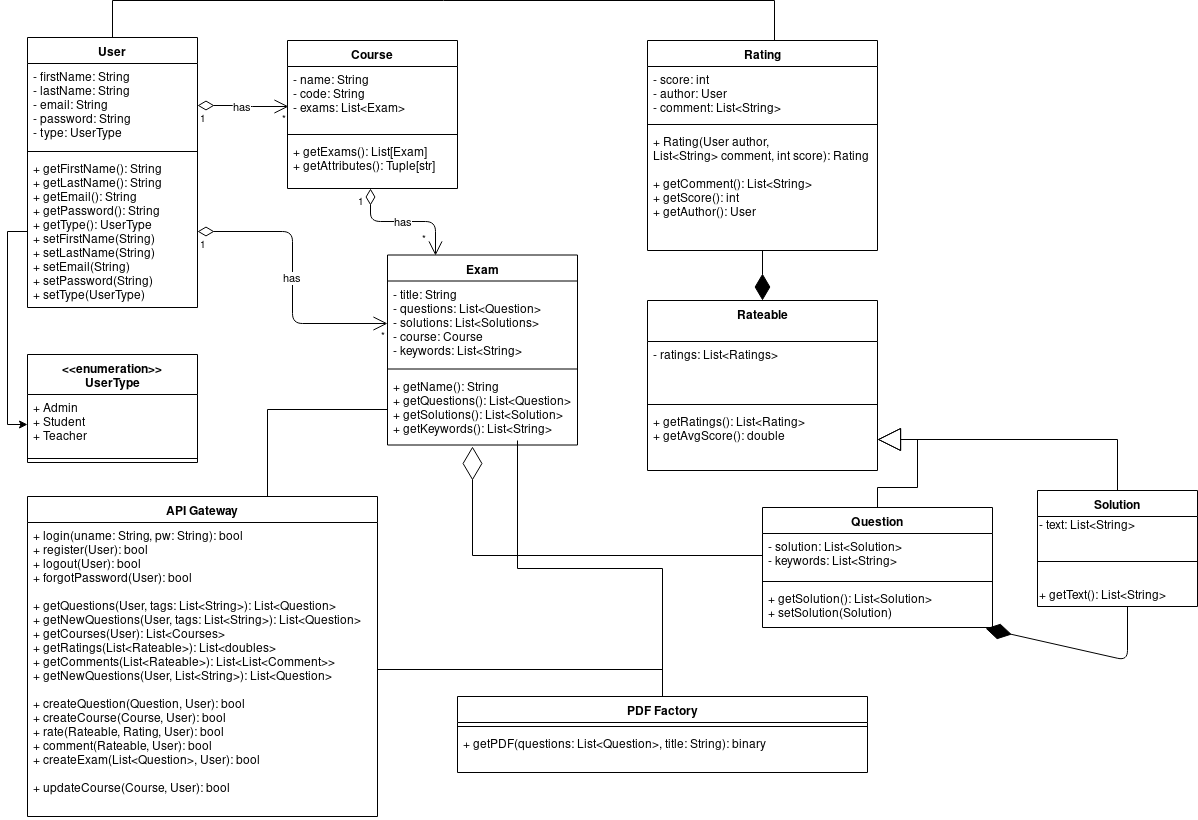
This is docs/diagrams/easy-exam-class-diagram.png from utec-cs2901-2019-2/easy-exam-grupo-iii, a draw.io export, as it was before one commit. Source tidied: cells renumbered, new cells last; positions are measured from the earlier drawing's top-left corner, leaving out a move shared by most shapes.
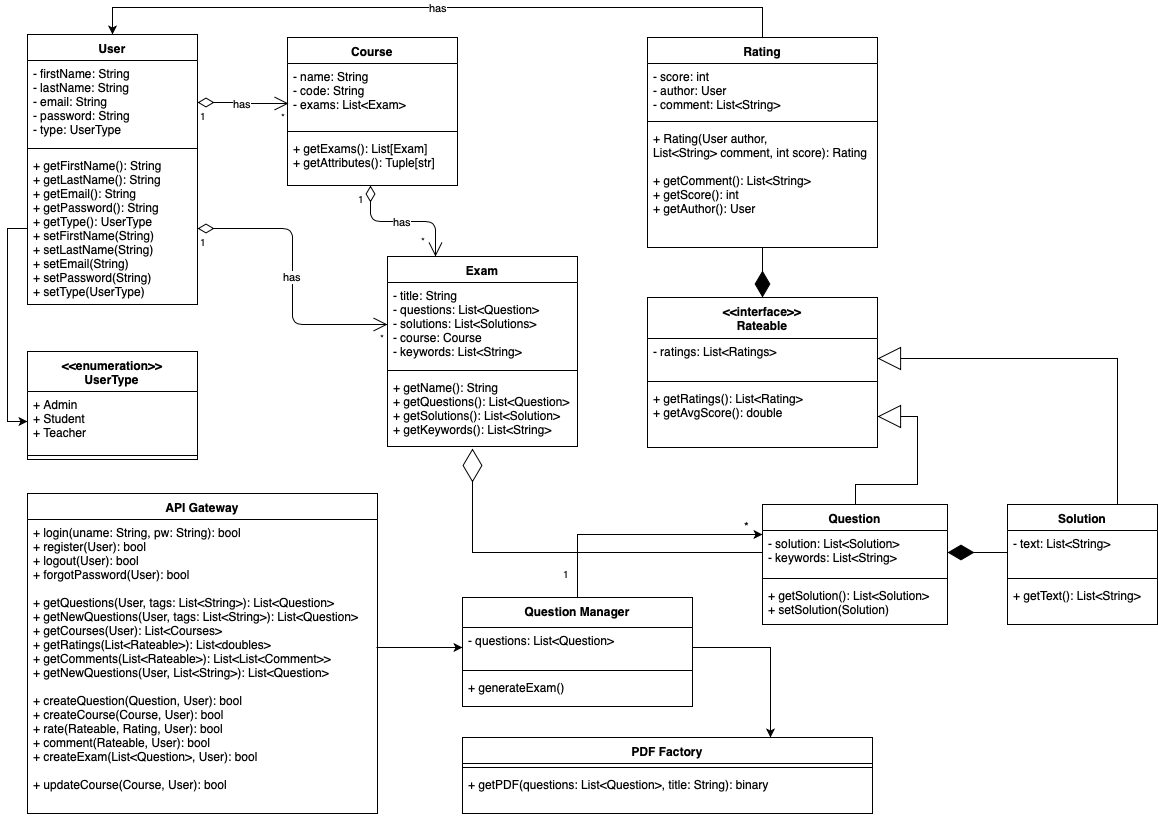
Above is the later version.

Commit message:
Added easy-exam-class-dkagram

Change to the diagram source:
```diff
@@ -15,7 +15,7 @@
       <mxGeometry y="98" width="170" height="50" as="geometry" />
     </mxCell>
     <mxCell id="6" value="Exam" style="swimlane;fontStyle=1;align=center;verticalAlign=top;horizontal=1;startSize=26;" parent="1" vertex="1">
-      <mxGeometry x="360" y="254.5" width="190" height="190" as="geometry" />
+      <mxGeometry x="360" y="259" width="190" height="190" as="geometry" />
     </mxCell>
     <mxCell id="7" value="- title: String&#10;- questions: List&lt;Question&gt;&#10;- solutions: List&lt;Solutions&gt;&#10;- course: Course&#10;- keywords: List&lt;String&gt;&#10;" style="text;strokeColor=none;fillColor=none;align=left;verticalAlign=top;spacingLeft=4;spacingRight=4;overflow=hidden;points=[[0,0.5],[1,0.5]];portConstraint=eastwest;" parent="6" vertex="1">
       <mxGeometry y="26" width="190" height="84" as="geometry" />
@@ -30,38 +30,23 @@
       <mxGeometry relative="1" as="geometry" />
     </mxCell>
     <mxCell id="11" value="Question" style="swimlane;fontStyle=1;align=center;verticalAlign=top;horizontal=1;startSize=26;" parent="1" vertex="1">
-      <mxGeometry x="735" y="507" width="230" height="120" as="geometry" />
+      <mxGeometry x="735" y="507" width="185" height="120" as="geometry" />
     </mxCell>
     <mxCell id="12" value="- solution: List&lt;Solution&gt;&#10;- keywords: List&lt;String&gt;" style="text;strokeColor=none;fillColor=none;align=left;verticalAlign=top;spacingLeft=4;spacingRight=4;overflow=hidden;points=[[0,0.5],[1,0.5]];portConstraint=eastwest;" parent="11" vertex="1">
-      <mxGeometry y="26" width="230" height="44" as="geometry" />
+      <mxGeometry y="26" width="185" height="44" as="geometry" />
     </mxCell>
     <mxCell id="13" style="line;strokeWidth=1;fillColor=none;align=left;verticalAlign=middle;spacingTop=-1;spacingLeft=3;spacingRight=3;labelPosition=right;" parent="11" vertex="1">
-      <mxGeometry y="70" width="230" height="8" as="geometry" />
+      <mxGeometry y="70" width="185" height="8" as="geometry" />
     </mxCell>
     <mxCell id="14" value="+ getSolution(): List&lt;Solution&gt;&#10;+ setSolution(Solution)" style="text;strokeColor=none;fillColor=none;align=left;verticalAlign=top;spacingLeft=4;spacingRight=4;overflow=hidden;points=[[0,0.5],[1,0.5]];portConstraint=eastwest;" parent="11" vertex="1">
-      <mxGeometry y="78" width="230" height="42" as="geometry" />
+      <mxGeometry y="78" width="185" height="42" as="geometry" />
     </mxCell>
-    <mxCell id="15" style="edgeStyle=orthogonalEdgeStyle;rounded=0;jettySize=auto;html=1;entryX=0;entryY=0.5;entryDx=0;entryDy=0;startSize=28;endArrow=none;endFill=0;endSize=21;strokeWidth=1;" parent="1" edge="1" source="16" target="9">
-      <mxGeometry relative="1" as="geometry">
-        <Array as="points">
-          <mxPoint x="240" y="409" />
-        </Array>
-      </mxGeometry>
-    </mxCell>
     <mxCell id="16" value="API Gateway" style="swimlane;fontStyle=1;align=center;verticalAlign=top;horizontal=1;startSize=26;" parent="1" vertex="1">
       <mxGeometry y="496" width="350" height="320" as="geometry" />
     </mxCell>
     <mxCell id="17" value="+ login(uname: String, pw: String): bool&#10;+ register(User): bool&#10;+ logout(User): bool&#10;+ forgotPassword(User): bool &#10;&#10;+ getQuestions(User, tags: List&lt;String&gt;): List&lt;Question&gt;&#10;+ getNewQuestions(User, tags: List&lt;String&gt;): List&lt;Question&gt;&#10;+ getCourses(User): List&lt;Courses&gt;&#10;+ getRatings(List&lt;Rateable&gt;): List&lt;doubles&gt;&#10;+ getComments(List&lt;Rateable&gt;): List&lt;List&lt;Comment&gt;&gt;&#10;+ getNewQuestions(User, List&lt;String&gt;): List&lt;Question&gt;&#10;&#10;+ createQuestion(Question, User): bool&#10;+ createCourse(Course, User): bool&#10;+ rate(Rateable, Rating, User): bool&#10;+ comment(Rateable, User): bool&#10;+ createExam(List&lt;Question&gt;, User): bool&#10;&#10;+ updateCourse(Course, User): bool" style="text;strokeColor=none;fillColor=none;align=left;verticalAlign=top;spacingLeft=4;spacingRight=4;overflow=hidden;points=[[0,0.5],[1,0.5]];portConstraint=eastwest;" parent="16" vertex="1">
       <mxGeometry y="26" width="350" height="294" as="geometry" />
     </mxCell>
-    <mxCell id="18" style="edgeStyle=orthogonalEdgeStyle;rounded=0;jettySize=auto;html=1;entryX=0.552;entryY=0;entryDx=0;entryDy=0;entryPerimeter=0;startSize=28;endArrow=none;endFill=0;endSize=21;strokeWidth=1;" parent="1" edge="1" source="19" target="27">
-      <mxGeometry relative="1" as="geometry">
-        <Array as="points">
-          <mxPoint x="85" />
-          <mxPoint x="747" />
-        </Array>
-      </mxGeometry>
-    </mxCell>
     <mxCell id="19" value="User" style="swimlane;fontStyle=1;align=center;verticalAlign=top;horizontal=1;startSize=26;" parent="1" vertex="1">
       <mxGeometry y="37" width="170" height="270" as="geometry" />
     </mxCell>
@@ -74,18 +59,14 @@
     <mxCell id="22" value="+ getFirstName(): String&#10;+ getLastName(): String&#10;+ getEmail(): String&#10;+ getPassword(): String &#10;+ getType(): UserType&#10;+ setFirstName(String)&#10;+ setLastName(String)&#10;+ setEmail(String)&#10;+ setPassword(String)&#10;+ setType(UserType)" style="text;strokeColor=none;fillColor=none;align=left;verticalAlign=top;spacingLeft=4;spacingRight=4;overflow=hidden;points=[[0,0.5],[1,0.5]];portConstraint=eastwest;" parent="19" vertex="1">
       <mxGeometry y="118" width="170" height="152" as="geometry" />
     </mxCell>
-    <mxCell id="23" value="Solution" style="swimlane;fontStyle=1;align=center;verticalAlign=top;horizontal=1;startSize=26;" parent="1" vertex="1">
-      <mxGeometry x="1010" y="490" width="160" height="116" as="geometry" />
-    </mxCell>
-    <mxCell id="24" value="- text: List&amp;lt;String&amp;gt;" style="text;html=1;align=left;verticalAlign=top;spacingTop=-4;" parent="23" vertex="1">
-      <mxGeometry y="26" width="160" height="20" as="geometry" />
-    </mxCell>
-    <mxCell id="25" style="line;strokeWidth=1;fillColor=none;align=left;verticalAlign=middle;spacingTop=-1;spacingLeft=3;spacingRight=3;labelPosition=right;" parent="23" vertex="1">
-      <mxGeometry y="46" width="160" height="50" as="geometry" />
-    </mxCell>
-    <mxCell id="26" value="+ getText(): List&amp;lt;String&amp;gt;" style="text;html=1;align=left;verticalAlign=top;spacingTop=-4;" parent="23" vertex="1">
-      <mxGeometry y="96" width="160" height="20" as="geometry" />
-    </mxCell>
+    <mxCell id="57" value="has" style="edgeStyle=orthogonalEdgeStyle;rounded=0;jettySize=auto;html=1;exitX=0.5;exitY=0;exitDx=0;exitDy=0;entryX=0.5;entryY=0;entryDx=0;entryDy=0;" parent="1" edge="1" source="27" target="19">
+      <mxGeometry relative="1" as="geometry">
+        <Array as="points">
+          <mxPoint x="735" y="10" />
+          <mxPoint x="85" y="10" />
+        </Array>
+      </mxGeometry>
+    </mxCell>
     <mxCell id="27" value="Rating" style="swimlane;fontStyle=1;align=center;verticalAlign=top;horizontal=1;startSize=26;" parent="1" vertex="1">
       <mxGeometry x="620" y="40" width="230" height="210" as="geometry" />
     </mxCell>
@@ -98,17 +79,17 @@
     <mxCell id="30" value="+ Rating(User author, &#10;List&lt;String&gt; comment, int score): Rating&#10;&#10;+ getComment(): List&lt;String&gt;&#10;+ getScore(): int&#10;+ getAuthor(): User&#10;" style="text;strokeColor=none;fillColor=none;align=left;verticalAlign=top;spacingLeft=4;spacingRight=4;overflow=hidden;points=[[0,0.5],[1,0.5]];portConstraint=eastwest;" parent="27" vertex="1">
       <mxGeometry y="88" width="230" height="122" as="geometry" />
     </mxCell>
-    <mxCell id="31" value="Rateable" style="swimlane;fontStyle=1;align=center;verticalAlign=top;horizontal=1;startSize=41;" parent="1" vertex="1">
-      <mxGeometry x="620" y="300" width="230" height="170" as="geometry" />
+    <mxCell id="31" value="&lt;&lt;interface&gt;&gt;&#10;Rateable" style="swimlane;fontStyle=1;align=center;verticalAlign=top;horizontal=1;startSize=41;" parent="1" vertex="1">
+      <mxGeometry x="620" y="300" width="230" height="150" as="geometry" />
     </mxCell>
     <mxCell id="32" value="- ratings: List&lt;Ratings&gt;&#10;" style="text;strokeColor=none;fillColor=none;align=left;verticalAlign=top;spacingLeft=4;spacingRight=4;overflow=hidden;points=[[0,0.5],[1,0.5]];portConstraint=eastwest;" parent="31" vertex="1">
-      <mxGeometry y="41" width="230" height="59" as="geometry" />
+      <mxGeometry y="41" width="230" height="39" as="geometry" />
     </mxCell>
     <mxCell id="33" style="line;strokeWidth=1;fillColor=none;align=left;verticalAlign=middle;spacingTop=-1;spacingLeft=3;spacingRight=3;labelPosition=right;" parent="31" vertex="1">
-      <mxGeometry y="100" width="230" height="8" as="geometry" />
+      <mxGeometry y="80" width="230" height="8" as="geometry" />
     </mxCell>
     <mxCell id="34" value="+ getRatings(): List&lt;Rating&gt;&#10;+ getAvgScore(): double&#10;" style="text;strokeColor=none;fillColor=none;align=left;verticalAlign=top;spacingLeft=4;spacingRight=4;overflow=hidden;points=[[0,0.5],[1,0.5]];portConstraint=eastwest;" parent="31" vertex="1">
-      <mxGeometry y="108" width="230" height="62" as="geometry" />
+      <mxGeometry y="88" width="230" height="62" as="geometry" />
     </mxCell>
     <mxCell id="35" value="&lt;&lt;enumeration&gt;&gt;&#10;UserType" style="swimlane;fontStyle=1;align=center;verticalAlign=top;horizontal=1;startSize=40;" parent="1" vertex="1">
       <mxGeometry y="354" width="170" height="108" as="geometry" />
@@ -119,13 +100,8 @@
     <mxCell id="37" style="line;strokeWidth=1;fillColor=none;align=left;verticalAlign=middle;spacingTop=-1;spacingLeft=3;spacingRight=3;labelPosition=right;" parent="35" vertex="1">
       <mxGeometry y="100" width="170" height="8" as="geometry" />
     </mxCell>
-    <mxCell id="38" style="edgeStyle=orthogonalEdgeStyle;rounded=0;jettySize=auto;html=1;startSize=28;endArrow=none;endFill=0;endSize=21;strokeWidth=1;" parent="1" edge="1" source="39">
-      <mxGeometry relative="1" as="geometry">
-        <mxPoint x="490" y="440" as="targetPoint" />
-      </mxGeometry>
-    </mxCell>
     <mxCell id="39" value="PDF Factory" style="swimlane;fontStyle=1;align=center;verticalAlign=top;horizontal=1;startSize=26;" parent="1" vertex="1">
-      <mxGeometry x="430" y="696" width="410" height="76" as="geometry" />
+      <mxGeometry x="435" y="740" width="410" height="76" as="geometry" />
     </mxCell>
     <mxCell id="40" style="line;strokeWidth=1;fillColor=none;align=left;verticalAlign=middle;spacingTop=-1;spacingLeft=3;spacingRight=3;labelPosition=right;" parent="39" vertex="1">
       <mxGeometry y="26" width="410" height="8" as="geometry" />
@@ -170,17 +146,11 @@
         <mxPoint x="-7" y="-29" as="offset" />
       </mxGeometry>
     </mxCell>
-    <mxCell id="53" style="edgeStyle=orthogonalEdgeStyle;rounded=0;jettySize=auto;html=1;endArrow=block;endFill=0;entryX=1;entryY=0.5;entryDx=0;entryDy=0;exitX=0.5;exitY=0;exitDx=0;exitDy=0;endSize=21;" parent="1" edge="1" source="23" target="34">
-      <mxGeometry relative="1" as="geometry" />
+    <mxCell id="53" style="edgeStyle=orthogonalEdgeStyle;rounded=0;jettySize=auto;html=1;endArrow=block;endFill=0;entryX=1;entryY=0.5;entryDx=0;entryDy=0;exitX=0.5;exitY=0;exitDx=0;exitDy=0;endSize=21;" parent="1" edge="1" target="32">
+      <mxGeometry relative="1" as="geometry">
+        <mxPoint x="1090" y="507" as="sourcePoint" />
+      </mxGeometry>
     </mxCell>
-    <mxCell id="54" style="endArrow=diamondThin;endFill=1;endSize=24;html=1;entryX=0.97;entryY=1.024;entryDx=0;entryDy=0;entryPerimeter=0;" parent="1" edge="1" target="14">
-      <mxGeometry relative="1" as="geometry">
-        <mxPoint x="1100" y="606" as="sourcePoint" />
-        <Array as="points">
-          <mxPoint x="1100" y="660" />
-        </Array>
-      </mxGeometry>
-    </mxCell>
     <mxCell id="55" style="edgeStyle=orthogonalEdgeStyle;rounded=0;jettySize=auto;html=1;entryX=0.447;entryY=1.021;entryDx=0;entryDy=0;entryPerimeter=0;endArrow=diamondThin;endFill=0;strokeWidth=1;endSize=31;startSize=28;" parent="1" edge="1" source="12" target="9">
       <mxGeometry relative="1" as="geometry">
         <Array as="points">
@@ -188,8 +158,47 @@
         </Array>
       </mxGeometry>
     </mxCell>
-    <mxCell id="56" style="edgeStyle=orthogonalEdgeStyle;rounded=0;jettySize=auto;html=1;entryX=0.5;entryY=0;entryDx=0;entryDy=0;startSize=28;endArrow=none;endFill=0;endSize=21;strokeWidth=1;" parent="1" edge="1" source="17" target="39">
-      <mxGeometry relative="1" as="geometry" />
-    </mxCell>
+    <mxCell id="58" style="edgeStyle=orthogonalEdgeStyle;rounded=0;jettySize=auto;html=1;exitX=0.5;exitY=0;exitDx=0;exitDy=0;entryX=0;entryY=0.25;entryDx=0;entryDy=0;" parent="1" edge="1" source="59" target="11">
+      <mxGeometry relative="1" as="geometry" />
+    </mxCell>
+    <mxCell id="59" value="Question Manager" style="swimlane;fontStyle=1;align=center;verticalAlign=top;horizontal=1;startSize=30;" parent="1" vertex="1">
+      <mxGeometry x="435" y="600" width="230" height="109" as="geometry" />
+    </mxCell>
+    <mxCell id="60" value="- questions: List&lt;Question&gt;&#10;" style="text;strokeColor=none;fillColor=none;align=left;verticalAlign=top;spacingLeft=4;spacingRight=4;overflow=hidden;points=[[0,0.5],[1,0.5]];portConstraint=eastwest;" parent="59" vertex="1">
+      <mxGeometry y="30" width="230" height="39" as="geometry" />
+    </mxCell>
+    <mxCell id="61" style="line;strokeWidth=1;fillColor=none;align=left;verticalAlign=middle;spacingTop=-1;spacingLeft=3;spacingRight=3;labelPosition=right;" parent="59" vertex="1">
+      <mxGeometry y="69" width="230" height="8" as="geometry" />
+    </mxCell>
+    <mxCell id="62" value="+ generateExam()&#10;" style="text;strokeColor=none;fillColor=none;align=left;verticalAlign=top;spacingLeft=4;spacingRight=4;overflow=hidden;" parent="59" vertex="1">
+      <mxGeometry y="77" width="230" height="32" as="geometry" />
+    </mxCell>
+    <mxCell id="63" style="edgeStyle=orthogonalEdgeStyle;rounded=0;jettySize=auto;html=1;exitX=0.997;exitY=0.435;exitDx=0;exitDy=0;entryX=0;entryY=0.5;entryDx=0;entryDy=0;exitPerimeter=0;" parent="1" edge="1" source="17" target="60">
+      <mxGeometry relative="1" as="geometry" />
+    </mxCell>
+    <mxCell id="64" style="edgeStyle=orthogonalEdgeStyle;rounded=0;jettySize=auto;html=1;exitX=1;exitY=0.5;exitDx=0;exitDy=0;entryX=0.75;entryY=0;entryDx=0;entryDy=0;" parent="1" edge="1" source="60" target="39">
+      <mxGeometry relative="1" as="geometry" />
+    </mxCell>
+    <mxCell id="65" style="endArrow=diamondThin;endFill=1;endSize=24;html=1;entryX=1;entryY=0.5;entryDx=0;entryDy=0;exitX=0;exitY=0.5;exitDx=0;exitDy=0;" parent="1" edge="1" source="66" target="12">
+      <mxGeometry relative="1" as="geometry" />
+    </mxCell>
+    <mxCell id="23" value="Solution" style="swimlane;fontStyle=1;align=center;verticalAlign=top;horizontal=1;startSize=26;" parent="1" vertex="1">
+      <mxGeometry x="980" y="507" width="150" height="120" as="geometry" />
+    </mxCell>
+    <mxCell id="66" value="- text: List&lt;String&gt;&#10;" style="text;strokeColor=none;fillColor=none;align=left;verticalAlign=top;spacingLeft=4;spacingRight=4;overflow=hidden;points=[[0,0.5],[1,0.5]];portConstraint=eastwest;" parent="23" vertex="1">
+      <mxGeometry y="26" width="150" height="44" as="geometry" />
+    </mxCell>
+    <mxCell id="67" style="line;strokeWidth=1;fillColor=none;align=left;verticalAlign=middle;spacingTop=-1;spacingLeft=3;spacingRight=3;labelPosition=right;" parent="23" vertex="1">
+      <mxGeometry y="70" width="150" height="8" as="geometry" />
+    </mxCell>
+    <mxCell id="68" value="+ getText(): List&lt;String&gt;&#10;" style="text;strokeColor=none;fillColor=none;align=left;verticalAlign=top;spacingLeft=4;spacingRight=4;overflow=hidden;" parent="23" vertex="1">
+      <mxGeometry y="78" width="150" height="42" as="geometry" />
+    </mxCell>
+    <mxCell id="69" value="*" style="text;html=1;align=left;verticalAlign=top;spacingTop=-4;" parent="1" vertex="1">
+      <mxGeometry x="715" y="520" width="20" height="10" as="geometry" />
+    </mxCell>
+    <mxCell id="70" value="&lt;font style=&quot;font-size: 10px&quot;&gt;1&lt;/font&gt;" style="text;html=1;align=left;verticalAlign=top;spacingTop=-4;" parent="1" vertex="1">
+      <mxGeometry x="534" y="567" width="20" height="20" as="geometry" />
+    </mxCell>
   </root>
 </mxGraphModel>
```
